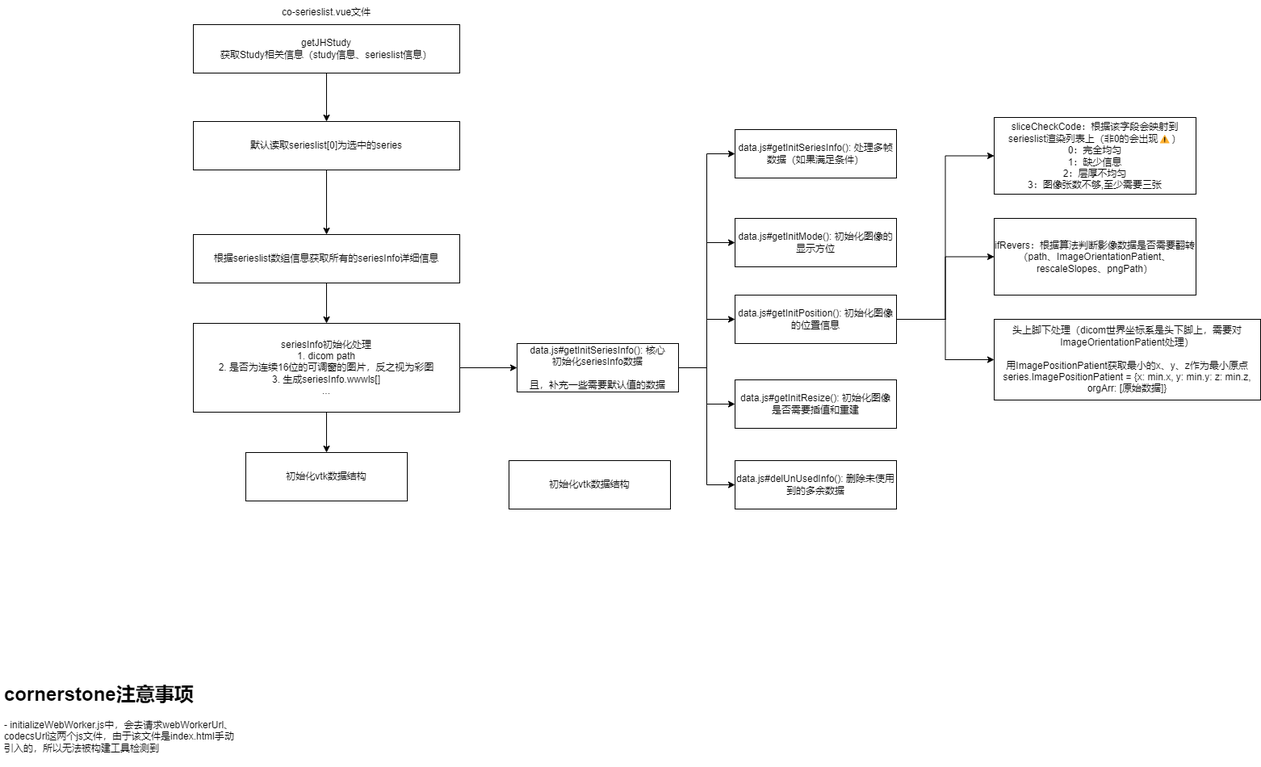
This is viewer数据流.drawio.png from JYbill/draw, a draw.io export, as it was before one commit. Source tidied: cells renumbered, new cells last; positions are measured from the earlier drawing's top-left corner, leaving out a move shared by most shapes.
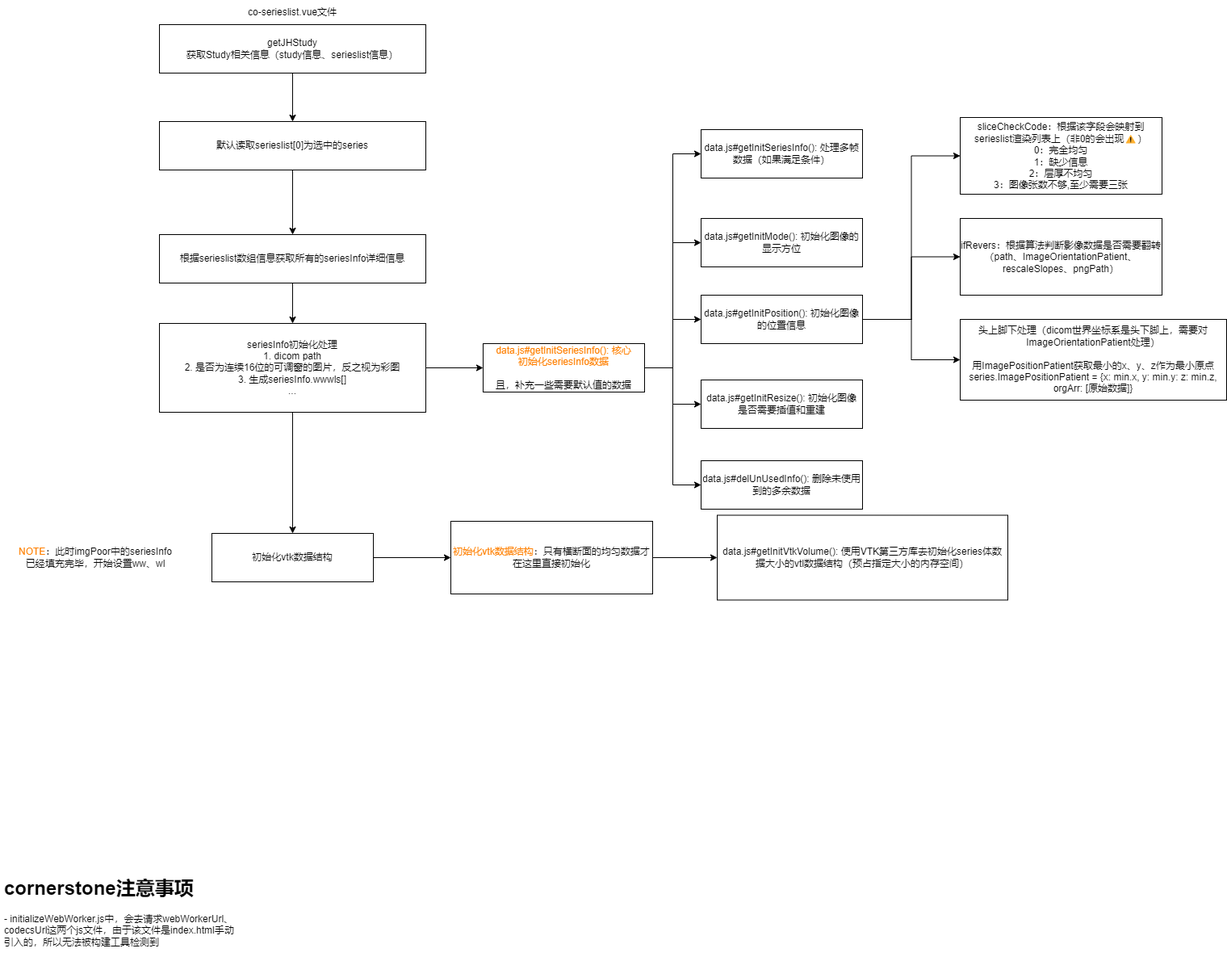
The same file after the commit.

Commit message:
更新viewer数据流.drawio.png

Diff of the diagram source:
```diff
@@ -44,17 +44,23 @@
     <mxCell id="15" style="edgeStyle=orthogonalEdgeStyle;rounded=0;jettySize=auto;html=1;exitX=1;exitY=0.5;exitDx=0;exitDy=0;entryX=0;entryY=0.5;entryDx=0;entryDy=0;" parent="1" edge="1" source="16" target="30">
       <mxGeometry relative="1" as="geometry" />
     </mxCell>
-    <mxCell id="16" value="data.js#getInitSeriesInfo(): 核心&lt;br&gt;初始化seriesInfo数据&lt;br&gt;&lt;br&gt;且，补充一些需要默认值的数据" style="rounded=0;whiteSpace=wrap;html=1;" parent="1" vertex="1">
+    <mxCell id="16" value="&lt;font color=&quot;#ff8000&quot;&gt;data.js#getInitSeriesInfo(): 核心&lt;br&gt;初始化seriesInfo数据&lt;/font&gt;&lt;br&gt;&lt;br&gt;且，补充一些需要默认值的数据" style="rounded=0;whiteSpace=wrap;html=1;" parent="1" vertex="1">
       <mxGeometry x="640" y="425" width="200" height="60" as="geometry" />
     </mxCell>
     <mxCell id="17" value="co-serieslist.vue文件" style="text;html=1;align=center;verticalAlign=middle;whiteSpace=wrap;rounded=0;" parent="1" vertex="1">
       <mxGeometry x="336" width="136" height="30" as="geometry" />
     </mxCell>
+    <mxCell id="32" style="edgeStyle=orthogonalEdgeStyle;rounded=0;jettySize=auto;html=1;exitX=1;exitY=0.5;exitDx=0;exitDy=0;" parent="1" edge="1" source="18" target="19">
+      <mxGeometry relative="1" as="geometry" />
+    </mxCell>
     <mxCell id="18" value="初始化vtk数据结构" style="rounded=0;whiteSpace=wrap;html=1;" parent="1" vertex="1">
-      <mxGeometry x="304" y="560" width="200" height="60" as="geometry" />
+      <mxGeometry x="304" y="660" width="200" height="60" as="geometry" />
     </mxCell>
+    <mxCell id="33" style="edgeStyle=orthogonalEdgeStyle;rounded=0;jettySize=auto;html=1;exitX=1;exitY=0.5;exitDx=0;exitDy=0;" parent="1" edge="1" source="19" target="34">
+      <mxGeometry relative="1" as="geometry" />
+    </mxCell>
-    <mxCell id="19" value="初始化vtk数据结构" style="rounded=0;whiteSpace=wrap;html=1;" parent="1" vertex="1">
-      <mxGeometry x="630" y="570" width="200" height="60" as="geometry" />
+    <mxCell id="19" value="&lt;font color=&quot;#ff8000&quot;&gt;初始化vtk数据结构&lt;/font&gt;：只有横断面的均匀数据才在这里直接初始化" style="rounded=0;whiteSpace=wrap;html=1;" parent="1" vertex="1">
+      <mxGeometry x="600" y="645" width="250" height="90" as="geometry" />
     </mxCell>
     <mxCell id="20" value="data.js#getInitSeriesInfo(): 处理多帧数据（如果满足条件）" style="rounded=0;whiteSpace=wrap;html=1;" parent="1" vertex="1">
       <mxGeometry x="910" y="160" width="200" height="60" as="geometry" />
@@ -90,7 +96,13 @@
       <mxGeometry x="910" y="570" width="200" height="60" as="geometry" />
     </mxCell>
     <mxCell id="31" value="&lt;h1&gt;cornerstone注意事项&lt;br&gt;&lt;/h1&gt;&lt;p&gt;- initializeWebWorker.js中，会去请求webWorkerUrl、codecsUrl这两个js文件，由于该文件是index.html手动引入的，所以无法被构建工具检测到&lt;/p&gt;" style="text;html=1;spacing=5;spacingTop=-20;whiteSpace=wrap;overflow=hidden;rounded=0;" parent="1" vertex="1">
-      <mxGeometry y="840" width="294" height="110" as="geometry" />
+      <mxGeometry x="42" y="1080" width="294" height="110" as="geometry" />
     </mxCell>
+    <mxCell id="34" value="data.js#getInitVtkVolume(): 使用VTK第三方库去初始化series体数据大小的vtl数据结构（预占指定大小的内存空间）" style="rounded=0;whiteSpace=wrap;html=1;" parent="1" vertex="1">
+      <mxGeometry x="930" y="637.5" width="360" height="105" as="geometry" />
+    </mxCell>
+    <mxCell id="35" value="&lt;font color=&quot;#ff8000&quot;&gt;NOTE&lt;/font&gt;：此时imgPoor中的seriesInfo已经填充完毕，开始设置ww、wl" style="text;html=1;align=center;verticalAlign=middle;whiteSpace=wrap;rounded=0;" parent="1" vertex="1">
+      <mxGeometry x="60" y="655" width="200" height="70" as="geometry" />
+    </mxCell>
   </root>
 </mxGraphModel>
```
